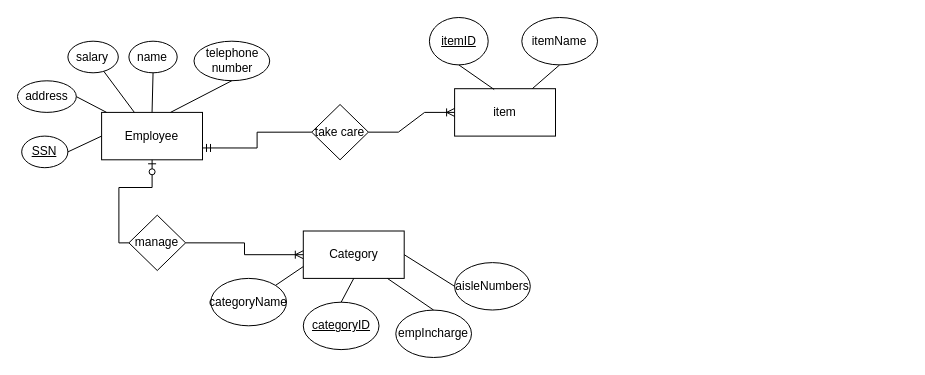
This is Homework_1_Database.drawio from kiethoang1411/CPSC_332_Database, a draw.io file, before an edit. Source tidied: cells renumbered, new cells numbered last; positions are measured from the earlier drawing's top-left corner, leaving out a move shared by most shapes. Both pictures are drawn from the tidied source at 100%, with x=0, y=0 at pixel (17, 17).
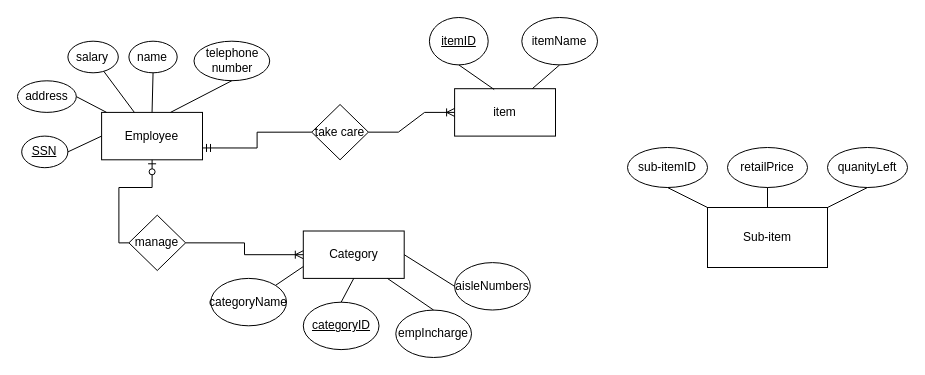
The same diagram, later.

Diff of the diagram source:
```diff
@@
+    <mxCell id="34" style="group;" parent="1" vertex="1">
+      <mxGeometry x="610" y="130" width="280" height="120" as="geometry" />
+    </mxCell>
+    <mxCell id="35" value="Sub-item" style="rounded=0;whiteSpace=wrap;html=1;" parent="34" vertex="1">
+      <mxGeometry x="80" y="60" width="120" height="60" as="geometry" />
+    </mxCell>
+    <mxCell id="36" value="sub-itemID" style="ellipse;whiteSpace=wrap;html=1;" parent="34" vertex="1">
+      <mxGeometry width="80" height="40" as="geometry" />
+    </mxCell>
+    <mxCell id="37" value="retailPrice" style="ellipse;whiteSpace=wrap;html=1;" parent="34" vertex="1">
+      <mxGeometry x="100" width="80" height="40" as="geometry" />
+    </mxCell>
+    <mxCell id="38" value="quanityLeft" style="ellipse;whiteSpace=wrap;html=1;" parent="34" vertex="1">
+      <mxGeometry x="200" width="80" height="40" as="geometry" />
+    </mxCell>
+    <mxCell id="39" style="endArrow=none;html=1;rounded=0;exitX=0.5;exitY=1;exitDx=0;exitDy=0;entryX=0;entryY=0;entryDx=0;entryDy=0;" parent="34" edge="1" source="36" target="35">
+      <mxGeometry relative="1" as="geometry" />
+    </mxCell>
+    <mxCell id="40" style="endArrow=none;html=1;rounded=0;exitX=0.5;exitY=1;exitDx=0;exitDy=0;" parent="34" edge="1" source="37" target="35">
+      <mxGeometry relative="1" as="geometry" />
+    </mxCell>
+    <mxCell id="41" style="endArrow=none;html=1;rounded=0;exitX=1;exitY=0;exitDx=0;exitDy=0;entryX=0.5;entryY=1;entryDx=0;entryDy=0;" parent="34" edge="1" source="35" target="38">
+      <mxGeometry relative="1" as="geometry" />
+    </mxCell>
```
